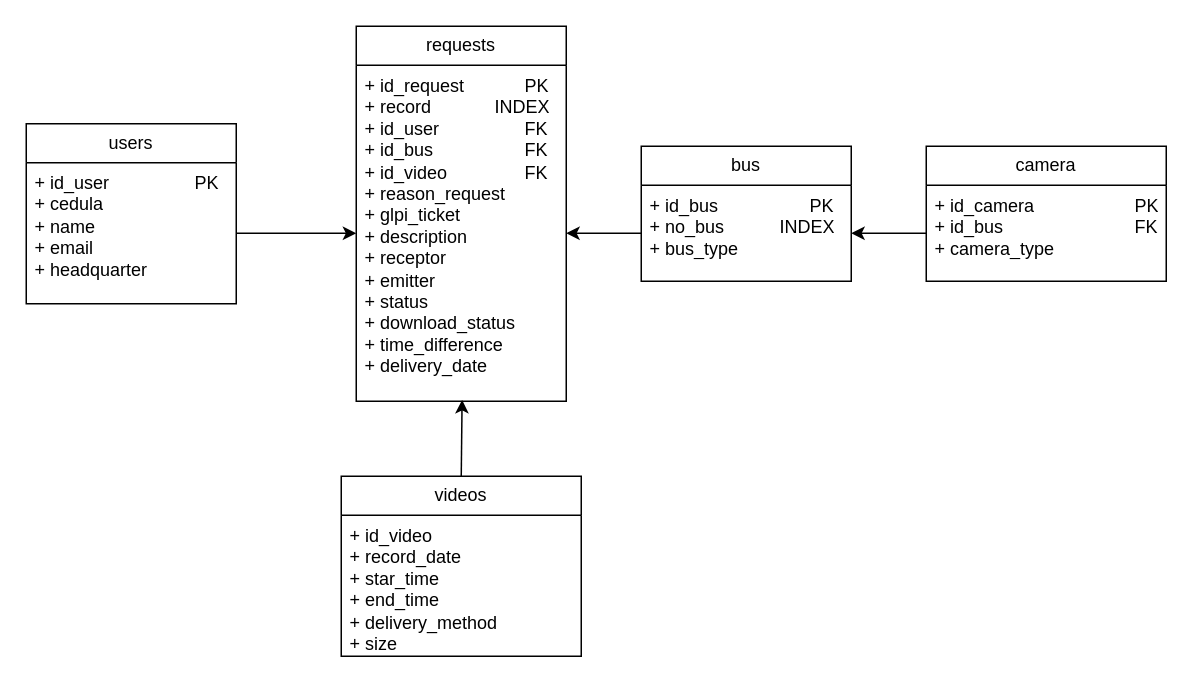
Before: src/VideoGestionR.drawio in ZeB-ZuA/VideoGestion, a draw.io diagram. Source tidied: cells renumbered, new cells numbered last; positions are measured from the earlier drawing's top-left corner, leaving out a move shared by most shapes. Both pictures are drawn from the tidied source at 150%, with x=0, y=0 at pixel (26, 26).
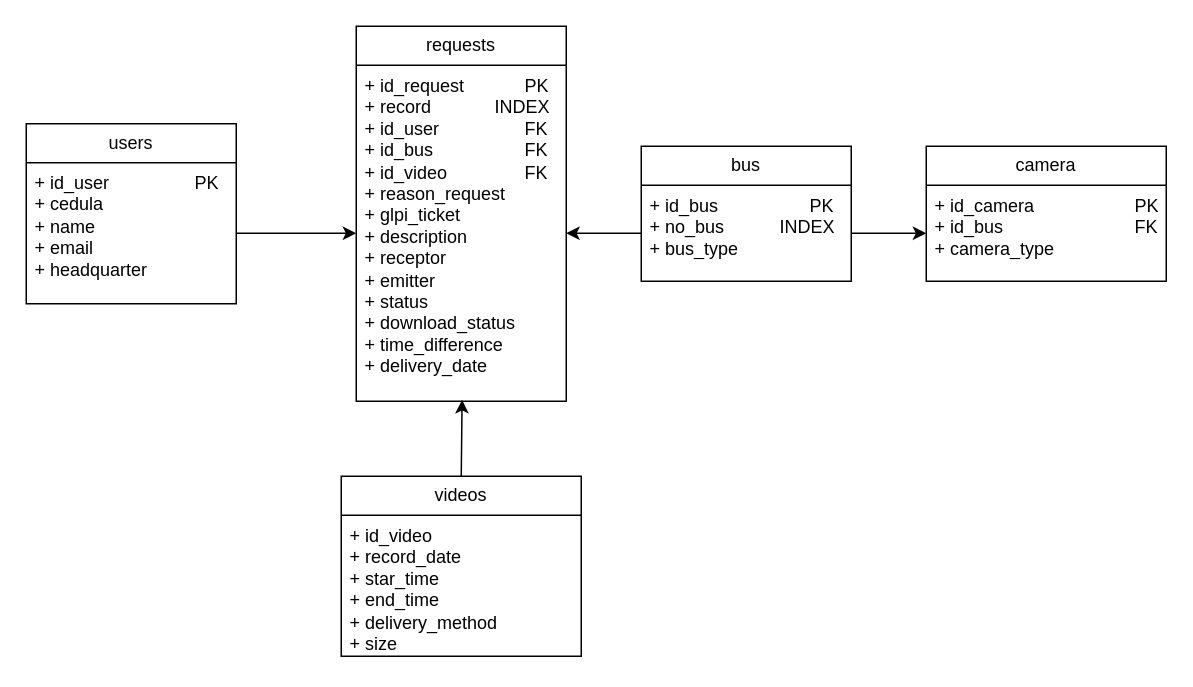
After the change.

Commit message (it also covers changes not shown here):
init script

Diff of the diagram source:
```diff
@@
 <mxGraphModel>
   <root>
     <mxCell id="0" />
     <mxCell id="1" parent="0" />
     <mxCell id="2" value="users" style="swimlane;fontStyle=0;horizontal=1;startSize=26;fillColor=none;whiteSpace=wrap;html=1;" parent="1" vertex="1">
       <mxGeometry y="65" width="140" height="120" as="geometry" />
     </mxCell>
     <mxCell id="3" value="+ id_user&lt;span style=&quot;white-space: pre;&quot;&gt;&#9;&lt;/span&gt;&lt;span style=&quot;white-space: pre;&quot;&gt;&#9;&lt;/span&gt;&lt;span style=&quot;white-space: pre;&quot;&gt;&#9;&lt;/span&gt;PK&lt;div&gt;+ cedula&lt;/div&gt;&lt;div&gt;+ name&lt;/div&gt;&lt;div&gt;+ email&lt;/div&gt;&lt;div&gt;+ headquarter&lt;/div&gt;" style="text;strokeColor=none;fillColor=none;align=left;verticalAlign=top;spacingLeft=4;spacingRight=4;overflow=hidden;points=[[0,0.5],[1,0.5]];portConstraint=eastwest;whiteSpace=wrap;html=1;" parent="2" vertex="1">
       <mxGeometry y="26" width="140" height="94" as="geometry" />
     </mxCell>
     <mxCell id="4" value="requests" style="swimlane;fontStyle=0;horizontal=1;startSize=26;fillColor=none;whiteSpace=wrap;html=1;" parent="1" vertex="1">
       <mxGeometry x="220" width="140" height="250" as="geometry" />
     </mxCell>
     <mxCell id="5" value="+ id_request&lt;span style=&quot;white-space: pre;&quot;&gt;&#9;&lt;/span&gt;&lt;span style=&quot;white-space: pre;&quot;&gt;&#9;&lt;/span&gt;PK&lt;div&gt;+ record&lt;span style=&quot;white-space: pre;&quot;&gt;&#9;&lt;/span&gt;&lt;span style=&quot;white-space: pre;&quot;&gt;&#9;&lt;/span&gt;&amp;nbsp; INDEX&lt;/div&gt;&lt;div&gt;+ id_user&lt;span style=&quot;white-space: pre;&quot;&gt;&#9;&lt;/span&gt;&lt;span style=&quot;white-space: pre;&quot;&gt;&#9;&lt;span style=&quot;white-space: pre;&quot;&gt;&#9;&lt;/span&gt;&lt;/span&gt;FK&lt;/div&gt;&lt;div&gt;+ id_bus&lt;span style=&quot;white-space: pre;&quot;&gt;&#9;&lt;/span&gt;&lt;span style=&quot;white-space: pre;&quot;&gt;&#9;&lt;span style=&quot;white-space: pre;&quot;&gt;&#9;&lt;/span&gt;&lt;/span&gt;FK&lt;/div&gt;&lt;div&gt;+ id_video&lt;span style=&quot;white-space: pre;&quot;&gt;&#9;&lt;/span&gt;&lt;span style=&quot;white-space: pre;&quot;&gt;&#9;&lt;/span&gt;FK&lt;/div&gt;&lt;div&gt;+ reason_request&lt;/div&gt;&lt;div&gt;+ glpi_ticket&lt;/div&gt;&lt;div&gt;+ description&lt;/div&gt;&lt;div&gt;+&amp;nbsp;receptor&lt;/div&gt;&lt;div&gt;+&amp;nbsp;emitter&lt;/div&gt;&lt;div&gt;+ status&lt;/div&gt;&lt;div&gt;+ download_status&lt;/div&gt;&lt;div&gt;+ time_difference&lt;/div&gt;&lt;div&gt;+ delivery_date&lt;/div&gt;&lt;div&gt;&lt;br&gt;&lt;/div&gt;" style="text;strokeColor=none;fillColor=none;align=left;verticalAlign=top;spacingLeft=4;spacingRight=4;overflow=hidden;points=[[0,0.5],[1,0.5]];portConstraint=eastwest;whiteSpace=wrap;html=1;" parent="4" vertex="1">
       <mxGeometry y="26" width="140" height="224" as="geometry" />
     </mxCell>
     <mxCell id="6" value="bus" style="swimlane;fontStyle=0;horizontal=1;startSize=26;fillColor=none;whiteSpace=wrap;html=1;" parent="1" vertex="1">
       <mxGeometry x="410" y="80" width="140" height="90" as="geometry" />
     </mxCell>
     <mxCell id="7" value="+ id_bus&lt;span style=&quot;white-space: pre;&quot;&gt;&#9;&lt;/span&gt;&lt;span style=&quot;white-space: pre;&quot;&gt;&#9;&lt;/span&gt;&lt;span style=&quot;white-space: pre;&quot;&gt;&#9;&lt;/span&gt;PK&lt;div&gt;+ no_bus&lt;span style=&quot;white-space: pre;&quot;&gt;&#9;&lt;/span&gt;&lt;span style=&quot;white-space: pre;&quot;&gt;&#9;&lt;/span&gt;&amp;nbsp; INDEX&lt;/div&gt;&lt;div&gt;+ bus_type&lt;/div&gt;" style="text;strokeColor=none;fillColor=none;align=left;verticalAlign=top;spacingLeft=4;spacingRight=4;overflow=hidden;points=[[0,0.5],[1,0.5]];portConstraint=eastwest;whiteSpace=wrap;html=1;" parent="6" vertex="1">
       <mxGeometry y="26" width="140" height="64" as="geometry" />
     </mxCell>
     <mxCell id="8" value="camera" style="swimlane;fontStyle=0;horizontal=1;startSize=26;fillColor=none;whiteSpace=wrap;html=1;" parent="1" vertex="1">
       <mxGeometry x="600" y="80" width="160" height="90" as="geometry" />
     </mxCell>
     <mxCell id="9" value="+ id_camera&lt;span style=&quot;white-space: pre;&quot;&gt;&#9;&lt;/span&gt;&lt;span style=&quot;white-space: pre;&quot;&gt;&#9;&lt;/span&gt;&lt;span style=&quot;white-space: pre;&quot;&gt;&#9;&lt;/span&gt;PK&lt;div&gt;+ id_bus&lt;span style=&quot;white-space: pre;&quot;&gt;&#9;&lt;/span&gt;&lt;span style=&quot;white-space: pre;&quot;&gt;&#9;&lt;/span&gt;&lt;span style=&quot;white-space: pre;&quot;&gt;&#9;&lt;/span&gt;&lt;span style=&quot;white-space: pre;&quot;&gt;&#9;&lt;/span&gt;FK&lt;/div&gt;&lt;div&gt;+ camera_type&lt;/div&gt;" style="text;strokeColor=none;fillColor=none;align=left;verticalAlign=top;spacingLeft=4;spacingRight=4;overflow=hidden;points=[[0,0.5],[1,0.5]];portConstraint=eastwest;whiteSpace=wrap;html=1;" parent="8" vertex="1">
       <mxGeometry y="26" width="160" height="64" as="geometry" />
     </mxCell>
     <mxCell id="10" value="videos" style="swimlane;fontStyle=0;horizontal=1;startSize=26;fillColor=none;whiteSpace=wrap;html=1;" parent="1" vertex="1">
       <mxGeometry x="210" y="300" width="160" height="120" as="geometry" />
     </mxCell>
     <mxCell id="11" value="+ id_video&lt;div&gt;+ record_date&lt;/div&gt;&lt;div&gt;+ star_time&lt;/div&gt;&lt;div&gt;+ end_time&lt;/div&gt;&lt;div&gt;+ delivery_method&lt;/div&gt;&lt;div&gt;+ size&lt;/div&gt;" style="text;strokeColor=none;fillColor=none;align=left;verticalAlign=top;spacingLeft=4;spacingRight=4;overflow=hidden;whiteSpace=wrap;html=1;" parent="10" vertex="1">
       <mxGeometry y="26" width="160" height="94" as="geometry" />
     </mxCell>
-    <mxCell id="12" style="endArrow=classic;html=1;rounded=0;exitX=0;exitY=0.5;exitDx=0;exitDy=0;entryX=1;entryY=0.5;entryDx=0;entryDy=0;" parent="1" edge="1" source="9" target="7">
-      <mxGeometry relative="1" as="geometry" />
-    </mxCell>
     <mxCell id="13" style="endArrow=classic;html=1;rounded=0;exitX=0;exitY=0.5;exitDx=0;exitDy=0;entryX=1;entryY=0.5;entryDx=0;entryDy=0;" parent="1" edge="1" source="7" target="5">
       <mxGeometry relative="1" as="geometry" />
     </mxCell>
     <mxCell id="14" style="endArrow=classic;html=1;rounded=0;exitX=1;exitY=0.5;exitDx=0;exitDy=0;entryX=0;entryY=0.5;entryDx=0;entryDy=0;" parent="1" edge="1" source="3" target="5">
       <mxGeometry relative="1" as="geometry" />
     </mxCell>
     <mxCell id="15" style="endArrow=classic;html=1;rounded=0;exitX=0.5;exitY=0;exitDx=0;exitDy=0;entryX=0.504;entryY=0.996;entryDx=0;entryDy=0;entryPerimeter=0;" parent="1" edge="1" source="10" target="5">
       <mxGeometry relative="1" as="geometry" />
     </mxCell>
+    <mxCell id="16" style="endArrow=classic;html=1;rounded=0;entryX=0;entryY=0.5;entryDx=0;entryDy=0;exitX=1;exitY=0.5;exitDx=0;exitDy=0;" parent="1" edge="1" source="7" target="9">
+      <mxGeometry relative="1" as="geometry" />
+    </mxCell>
   </root>
 </mxGraphModel>
```
